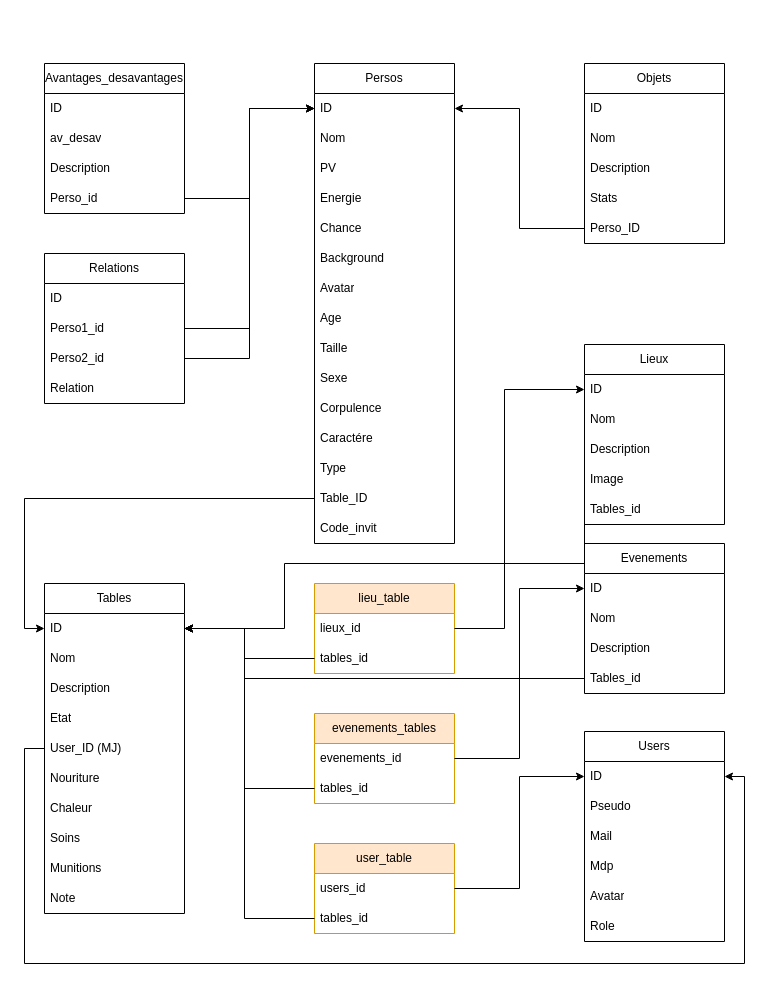
This is Schématisation BdD.drawio from Cy-Bert/Bunker-Project, a draw.io file, before an edit. Source tidied: cells renumbered, new cells numbered last; positions are measured from the earlier drawing's top-left corner, leaving out a move shared by most shapes. Both pictures are drawn from the tidied source at 100%, with x=0, y=0 at pixel (24, 63).
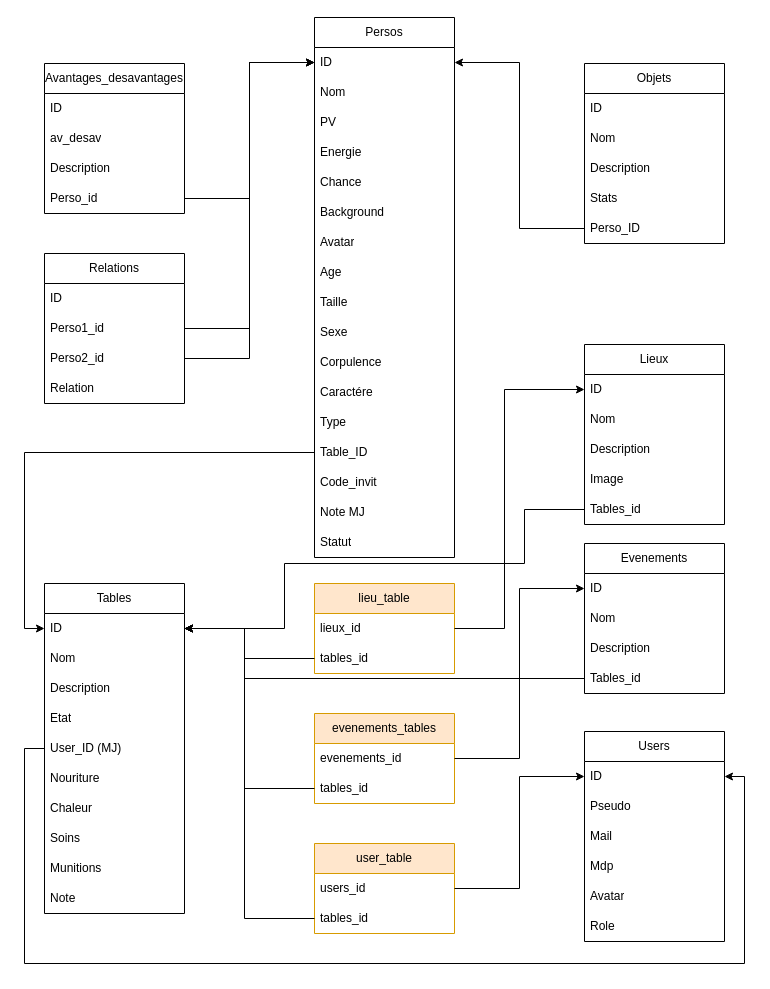
The same diagram, later.

Commit message:
Mettre à jour Schématisation BdD.drawio

Unchanged cells that the change refers to:
```xml
<mxCell id="29" value="ID" style="text;strokeColor=none;fillColor=none;align=left;verticalAlign=middle;spacingLeft=4;spacingRight=4;overflow=hidden;points=[[0,0.5],[1,0.5]];portConstraint=eastwest;whiteSpace=wrap;html=1;" parent="28" vertex="1">
  <mxGeometry y="30" width="140" height="30" as="geometry" />
</mxCell>
<mxCell id="56" value="Tables_id" style="text;strokeColor=none;fillColor=none;align=left;verticalAlign=middle;spacingLeft=4;spacingRight=4;overflow=hidden;points=[[0,0.5],[1,0.5]];portConstraint=eastwest;whiteSpace=wrap;html=1;" parent="51" vertex="1">
  <mxGeometry y="150" width="140" height="30" as="geometry" />
</mxCell>
```

Diff of the diagram source:
```diff
@@
     <mxCell id="2" value="Persos" style="swimlane;fontStyle=0;horizontal=1;startSize=30;whiteSpace=wrap;html=1;" parent="1" vertex="1">
-      <mxGeometry x="290" width="140" height="480" as="geometry" />
+      <mxGeometry x="290" y="-46" width="140" height="540" as="geometry" />
     </mxCell>
@@
+    <mxCell id="86" value="Note MJ" style="text;strokeColor=none;fillColor=none;align=left;verticalAlign=middle;spacingLeft=4;spacingRight=4;overflow=hidden;whiteSpace=wrap;html=1;" parent="2" vertex="1">
+      <mxGeometry y="480" width="140" height="30" as="geometry" />
+    </mxCell>
+    <mxCell id="87" value="Statut" style="text;strokeColor=none;fillColor=none;align=left;verticalAlign=middle;spacingLeft=4;spacingRight=4;overflow=hidden;whiteSpace=wrap;html=1;" parent="2" vertex="1">
+      <mxGeometry y="510" width="140" height="30" as="geometry" />
+    </mxCell>
@@
     <mxCell id="84" style="edgeStyle=orthogonalEdgeStyle;rounded=0;jettySize=auto;html=1;exitX=0;exitY=0.5;exitDx=0;exitDy=0;entryX=1;entryY=0.5;entryDx=0;entryDy=0;" parent="1" edge="1" source="56" target="29">
       <mxGeometry relative="1" as="geometry">
         <Array as="points">
-          <mxPoint x="560" y="500" />
+          <mxPoint x="500" y="446" />
+          <mxPoint x="500" y="500" />
           <mxPoint x="260" y="500" />
           <mxPoint x="260" y="565" />
         </Array>
       </mxGeometry>
     </mxCell>
```
